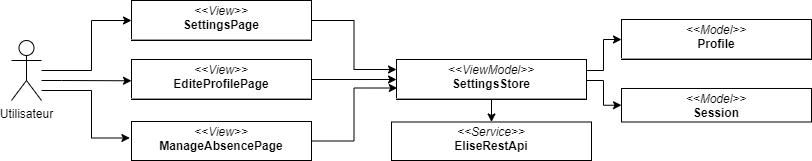
Earlier version of the draw.io export images_pfe/dca_sprint6.png (PFE-Neoledge-2023/rapport). Source tidied: cells renumbered, new cells last; positions are measured from the earlier drawing's top-left corner, leaving out a move shared by most shapes.
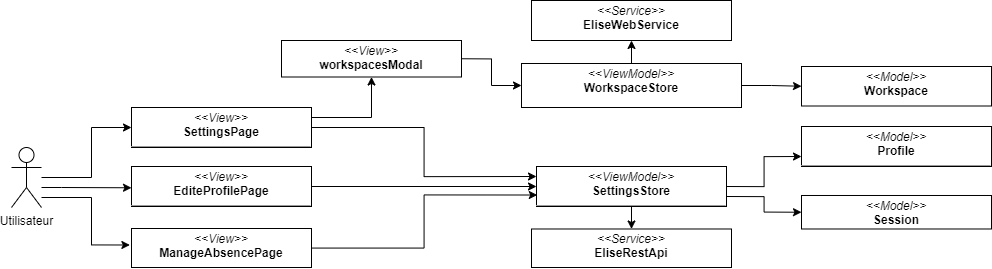
Above is the later version.

Diff of the diagram source:
```diff
@@ -5,78 +5,92 @@
     <mxCell id="2" style="edgeStyle=orthogonalEdgeStyle;rounded=0;jettySize=auto;html=1;entryX=0;entryY=0.532;entryDx=0;entryDy=0;entryPerimeter=0;" parent="1" edge="1" source="5" target="7">
       <mxGeometry relative="1" as="geometry">
         <Array as="points">
-          <mxPoint x="50" y="80" />
-          <mxPoint x="50" y="80" />
+          <mxPoint x="50" y="267" />
+          <mxPoint x="50" y="267" />
         </Array>
       </mxGeometry>
     </mxCell>
     <mxCell id="3" style="edgeStyle=orthogonalEdgeStyle;html=1;entryX=0;entryY=0.5;entryDx=0;entryDy=0;rounded=0;" parent="1" edge="1" source="5" target="11">
       <mxGeometry relative="1" as="geometry">
         <Array as="points">
-          <mxPoint x="80" y="70" />
-          <mxPoint x="80" y="20" />
+          <mxPoint x="80" y="257" />
+          <mxPoint x="80" y="207" />
         </Array>
       </mxGeometry>
     </mxCell>
     <mxCell id="4" style="edgeStyle=orthogonalEdgeStyle;rounded=0;html=1;entryX=-0.009;entryY=0.423;entryDx=0;entryDy=0;entryPerimeter=0;" parent="1" edge="1" source="5" target="17">
       <mxGeometry relative="1" as="geometry">
         <Array as="points">
-          <mxPoint x="80" y="90" />
-          <mxPoint x="80" y="137" />
+          <mxPoint x="80" y="277" />
+          <mxPoint x="80" y="324" />
         </Array>
       </mxGeometry>
     </mxCell>
     <mxCell id="5" value="Utilisateur" style="shape=umlActor;verticalLabelPosition=bottom;verticalAlign=top;html=1;outlineConnect=0;" parent="1" vertex="1">
-      <mxGeometry y="40" width="30" height="60" as="geometry" />
+      <mxGeometry y="227" width="30" height="60" as="geometry" />
     </mxCell>
     <mxCell id="6" style="edgeStyle=orthogonalEdgeStyle;rounded=0;html=1;" parent="1" edge="1" source="7" target="15">
       <mxGeometry relative="1" as="geometry" />
     </mxCell>
     <mxCell id="7" value="&lt;p style=&quot;margin:0px;margin-top:4px;text-align:center;&quot;&gt;&lt;i&gt;&amp;lt;&amp;lt;View&amp;gt;&amp;gt;&lt;/i&gt;&lt;br&gt;&lt;b&gt;EditeProfilePage&lt;/b&gt;&lt;/p&gt;&lt;hr style=&quot;border-color: var(--border-color);&quot; size=&quot;1&quot;&gt;&lt;p style=&quot;border-color: var(--border-color); margin: 0px 0px 0px 4px;&quot;&gt;&lt;br&gt;&lt;/p&gt;&lt;p style=&quot;border-color: var(--border-color); margin: 0px 0px 0px 4px;&quot;&gt;&lt;br&gt;&lt;/p&gt;" style="verticalAlign=top;align=left;overflow=fill;fontSize=12;fontFamily=Helvetica;html=1;whiteSpace=wrap;" parent="1" vertex="1">
-      <mxGeometry x="120" y="59" width="180" height="40" as="geometry" />
+      <mxGeometry x="120" y="246" width="180" height="40" as="geometry" />
     </mxCell>
     <mxCell id="8" value="&lt;p style=&quot;margin:0px;margin-top:4px;text-align:center;&quot;&gt;&lt;i&gt;&amp;lt;&amp;lt;Model&amp;gt;&amp;gt;&lt;/i&gt;&lt;br&gt;&lt;b&gt;Session&lt;/b&gt;&lt;/p&gt;&lt;hr size=&quot;1&quot;&gt;&lt;p style=&quot;margin:0px;margin-left:4px;&quot;&gt;&lt;br&gt;&lt;/p&gt;&lt;p style=&quot;margin:0px;margin-left:4px;&quot;&gt;&lt;br&gt;&lt;/p&gt;" style="verticalAlign=top;align=left;overflow=fill;fontSize=12;fontFamily=Helvetica;html=1;whiteSpace=wrap;" parent="1" vertex="1">
-      <mxGeometry x="610" y="88" width="190" height="33.5" as="geometry" />
+      <mxGeometry x="790" y="275" width="190" height="33.5" as="geometry" />
     </mxCell>
     <mxCell id="9" value="&lt;p style=&quot;margin:0px;margin-top:4px;text-align:center;&quot;&gt;&lt;i&gt;&amp;lt;&amp;lt;Service&amp;gt;&amp;gt;&lt;/i&gt;&lt;br&gt;&lt;b&gt;EliseRestApi&lt;/b&gt;&lt;/p&gt;&lt;hr size=&quot;1&quot;&gt;&lt;p style=&quot;margin:0px;margin-left:4px;&quot;&gt;&lt;/p&gt;&lt;p style=&quot;margin:0px;margin-left:4px;&quot;&gt;&lt;br&gt;&lt;/p&gt;" style="verticalAlign=top;align=left;overflow=fill;fontSize=12;fontFamily=Helvetica;html=1;whiteSpace=wrap;" parent="1" vertex="1">
-      <mxGeometry x="380" y="121.5" width="200" height="38.5" as="geometry" />
+      <mxGeometry x="520" y="308.5" width="200" height="38.5" as="geometry" />
     </mxCell>
     <mxCell id="10" style="edgeStyle=orthogonalEdgeStyle;rounded=0;html=1;entryX=0;entryY=0.25;entryDx=0;entryDy=0;" parent="1" edge="1" source="11" target="15">
       <mxGeometry relative="1" as="geometry" />
     </mxCell>
+    <mxCell id="19" style="edgeStyle=orthogonalEdgeStyle;rounded=0;html=1;exitX=1;exitY=0.25;exitDx=0;exitDy=0;entryX=0.5;entryY=1;entryDx=0;entryDy=0;" parent="1" edge="1" source="11" target="21">
+      <mxGeometry relative="1" as="geometry" />
+    </mxCell>
     <mxCell id="11" value="&lt;p style=&quot;margin:0px;margin-top:4px;text-align:center;&quot;&gt;&lt;i&gt;&amp;lt;&amp;lt;View&amp;gt;&amp;gt;&lt;/i&gt;&lt;br&gt;&lt;b&gt;SettingsPage&lt;/b&gt;&lt;/p&gt;&lt;hr style=&quot;border-color: var(--border-color);&quot; size=&quot;1&quot;&gt;&lt;p style=&quot;border-color: var(--border-color); margin: 0px 0px 0px 4px;&quot;&gt;&lt;br&gt;&lt;/p&gt;" style="verticalAlign=top;align=left;overflow=fill;fontSize=12;fontFamily=Helvetica;html=1;whiteSpace=wrap;" parent="1" vertex="1">
-      <mxGeometry x="120" width="180" height="40" as="geometry" />
+      <mxGeometry x="120" y="187" width="180" height="40" as="geometry" />
     </mxCell>
     <mxCell id="12" style="edgeStyle=orthogonalEdgeStyle;rounded=0;html=1;" parent="1" edge="1" source="15" target="9">
       <mxGeometry relative="1" as="geometry" />
     </mxCell>
-    <mxCell id="13" style="edgeStyle=orthogonalEdgeStyle;rounded=0;html=1;entryX=0;entryY=0.5;entryDx=0;entryDy=0;" parent="1" edge="1" source="15" target="8">
-      <mxGeometry relative="1" as="geometry">
-        <Array as="points">
-          <mxPoint x="592" y="80" />
-          <mxPoint x="592" y="105" />
-        </Array>
-      </mxGeometry>
+    <mxCell id="13" style="edgeStyle=orthogonalEdgeStyle;rounded=0;html=1;exitX=1;exitY=0.75;exitDx=0;exitDy=0;entryX=0;entryY=0.5;entryDx=0;entryDy=0;" parent="1" edge="1" source="15" target="8">
+      <mxGeometry relative="1" as="geometry" />
     </mxCell>
-    <mxCell id="14" style="edgeStyle=orthogonalEdgeStyle;rounded=0;html=1;entryX=0;entryY=0.5;entryDx=0;entryDy=0;" parent="1" edge="1" source="15" target="18">
-      <mxGeometry relative="1" as="geometry">
-        <Array as="points">
-          <mxPoint x="592" y="70" />
-          <mxPoint x="592" y="39" />
-        </Array>
-      </mxGeometry>
+    <mxCell id="14" style="edgeStyle=orthogonalEdgeStyle;rounded=0;html=1;exitX=1;exitY=0.5;exitDx=0;exitDy=0;entryX=0;entryY=0.75;entryDx=0;entryDy=0;" parent="1" edge="1" source="15" target="18">
+      <mxGeometry relative="1" as="geometry" />
     </mxCell>
     <mxCell id="15" value="&lt;p style=&quot;margin:0px;margin-top:4px;text-align:center;&quot;&gt;&lt;i&gt;&amp;lt;&amp;lt;ViewModel&amp;gt;&amp;gt;&lt;/i&gt;&lt;br&gt;&lt;b&gt;SettingsStore&lt;/b&gt;&lt;/p&gt;&lt;hr size=&quot;1&quot;&gt;&lt;p style=&quot;margin:0px;margin-left:4px;&quot;&gt;&lt;/p&gt;&lt;p style=&quot;margin:0px;margin-left:4px;&quot;&gt;&lt;br&gt;&lt;/p&gt;" style="verticalAlign=top;align=left;overflow=fill;fontSize=12;fontFamily=Helvetica;html=1;whiteSpace=wrap;" parent="1" vertex="1">
-      <mxGeometry x="385" y="59" width="190" height="40" as="geometry" />
+      <mxGeometry x="525" y="246" width="190" height="40" as="geometry" />
     </mxCell>
     <mxCell id="16" style="edgeStyle=orthogonalEdgeStyle;rounded=0;html=1;entryX=0.004;entryY=0.713;entryDx=0;entryDy=0;entryPerimeter=0;" parent="1" edge="1" source="17" target="15">
       <mxGeometry relative="1" as="geometry" />
     </mxCell>
     <mxCell id="17" value="&lt;p style=&quot;margin:0px;margin-top:4px;text-align:center;&quot;&gt;&lt;i&gt;&amp;lt;&amp;lt;View&amp;gt;&amp;gt;&lt;/i&gt;&lt;br&gt;&lt;b&gt;ManageAbsencePage&lt;/b&gt;&lt;/p&gt;&lt;hr style=&quot;border-color: var(--border-color);&quot; size=&quot;1&quot;&gt;&lt;p style=&quot;border-color: var(--border-color); margin: 0px 0px 0px 4px;&quot;&gt;&lt;br&gt;&lt;/p&gt;&lt;p style=&quot;border-color: var(--border-color); margin: 0px 0px 0px 4px;&quot;&gt;&lt;br&gt;&lt;/p&gt;" style="verticalAlign=top;align=left;overflow=fill;fontSize=12;fontFamily=Helvetica;html=1;whiteSpace=wrap;" parent="1" vertex="1">
-      <mxGeometry x="120" y="121" width="180" height="39" as="geometry" />
+      <mxGeometry x="120" y="308" width="180" height="39" as="geometry" />
     </mxCell>
     <mxCell id="18" value="&lt;p style=&quot;margin:0px;margin-top:4px;text-align:center;&quot;&gt;&lt;i&gt;&amp;lt;&amp;lt;Model&amp;gt;&amp;gt;&lt;/i&gt;&lt;br&gt;&lt;b&gt;Profile&lt;/b&gt;&lt;/p&gt;&lt;hr size=&quot;1&quot;&gt;&lt;p style=&quot;margin:0px;margin-left:4px;&quot;&gt;&lt;br&gt;&lt;/p&gt;&lt;p style=&quot;margin:0px;margin-left:4px;&quot;&gt;&lt;br&gt;&lt;/p&gt;" style="verticalAlign=top;align=left;overflow=fill;fontSize=12;fontFamily=Helvetica;html=1;whiteSpace=wrap;" parent="1" vertex="1">
-      <mxGeometry x="610" y="19" width="190" height="40" as="geometry" />
+      <mxGeometry x="790" y="206" width="190" height="40" as="geometry" />
     </mxCell>
+    <mxCell id="20" style="edgeStyle=orthogonalEdgeStyle;rounded=0;html=1;exitX=1;exitY=0.5;exitDx=0;exitDy=0;entryX=0;entryY=0.5;entryDx=0;entryDy=0;" parent="1" edge="1" source="21" target="24">
+      <mxGeometry relative="1" as="geometry" />
+    </mxCell>
+    <mxCell id="21" value="&lt;p style=&quot;margin:0px;margin-top:4px;text-align:center;&quot;&gt;&lt;i&gt;&amp;lt;&amp;lt;View&amp;gt;&amp;gt;&lt;/i&gt;&lt;br&gt;&lt;b&gt;workspacesModal&lt;/b&gt;&lt;br&gt;&lt;/p&gt;&lt;p style=&quot;border-color: var(--border-color); margin: 0px 0px 0px 4px;&quot;&gt;&lt;br&gt;&lt;/p&gt;" style="verticalAlign=top;align=left;overflow=fill;fontSize=12;fontFamily=Helvetica;html=1;whiteSpace=wrap;" parent="1" vertex="1">
+      <mxGeometry x="270" y="120" width="180" height="36.5" as="geometry" />
+    </mxCell>
+    <mxCell id="22" style="edgeStyle=orthogonalEdgeStyle;rounded=0;html=1;exitX=0.5;exitY=0;exitDx=0;exitDy=0;entryX=0.5;entryY=1;entryDx=0;entryDy=0;" parent="1" edge="1" source="24" target="25">
+      <mxGeometry relative="1" as="geometry" />
+    </mxCell>
+    <mxCell id="23" style="edgeStyle=orthogonalEdgeStyle;rounded=0;html=1;entryX=0;entryY=0.5;entryDx=0;entryDy=0;" parent="1" edge="1" source="24" target="26">
+      <mxGeometry relative="1" as="geometry" />
+    </mxCell>
+    <mxCell id="24" value="&lt;p style=&quot;margin:0px;margin-top:4px;text-align:center;&quot;&gt;&lt;i&gt;&amp;lt;&amp;lt;ViewModel&amp;gt;&amp;gt;&lt;/i&gt;&lt;br&gt;&lt;b&gt;WorkspaceStore&lt;/b&gt;&lt;br&gt;&lt;/p&gt;&lt;p style=&quot;margin:0px;margin-left:4px;&quot;&gt;&lt;br&gt;&lt;/p&gt;" style="verticalAlign=top;align=left;overflow=fill;fontSize=12;fontFamily=Helvetica;html=1;whiteSpace=wrap;" parent="1" vertex="1">
+      <mxGeometry x="510" y="143" width="220" height="44" as="geometry" />
+    </mxCell>
+    <mxCell id="25" value="&lt;p style=&quot;margin:0px;margin-top:4px;text-align:center;&quot;&gt;&lt;i&gt;&amp;lt;&amp;lt;Service&amp;gt;&amp;gt;&lt;/i&gt;&lt;br&gt;&lt;b&gt;EliseWebService&lt;/b&gt;&lt;/p&gt;&lt;p style=&quot;margin:0px;margin-left:4px;&quot;&gt;&lt;br&gt;&lt;/p&gt;" style="verticalAlign=top;align=left;overflow=fill;fontSize=12;fontFamily=Helvetica;html=1;whiteSpace=wrap;" parent="1" vertex="1">
+      <mxGeometry x="520" y="80" width="200" height="40" as="geometry" />
+    </mxCell>
+    <mxCell id="26" value="&lt;p style=&quot;margin:0px;margin-top:4px;text-align:center;&quot;&gt;&lt;i&gt;&amp;lt;&amp;lt;Model&amp;gt;&amp;gt;&lt;/i&gt;&lt;br&gt;&lt;b&gt;Workspace&lt;/b&gt;&lt;br&gt;&lt;/p&gt;&lt;p style=&quot;margin: 0px 0px 0px 4px;&quot;&gt;&lt;br&gt;&lt;/p&gt;" style="verticalAlign=top;align=left;overflow=fill;fontSize=12;fontFamily=Helvetica;html=1;whiteSpace=wrap;" parent="1" vertex="1">
+      <mxGeometry x="790" y="146" width="190" height="39.5" as="geometry" />
+    </mxCell>
   </root>
 </mxGraphModel>
```
